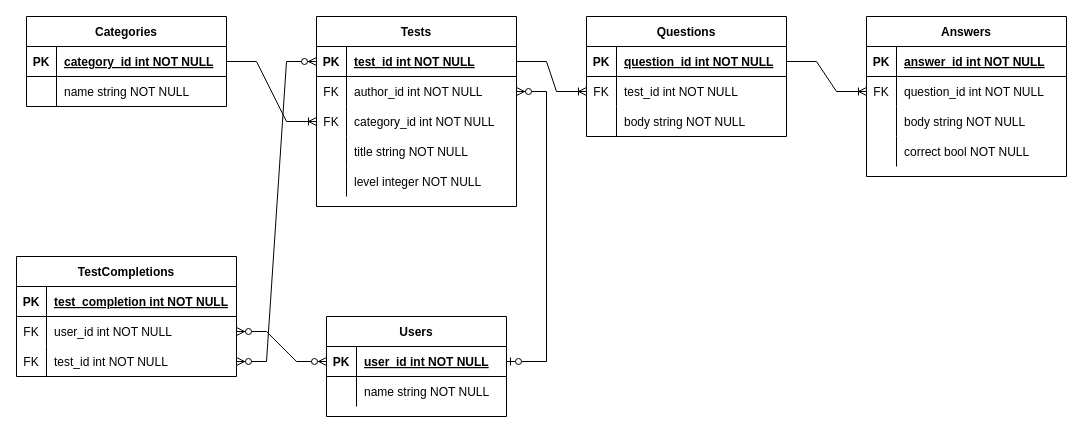
Before: App'sERD.drawio in Syanom/TestGuru, a draw.io diagram. Source tidied: cells renumbered, new cells numbered last; positions are measured from the earlier drawing's top-left corner, leaving out a move shared by most shapes. Both pictures are drawn from the tidied source at 100%, with x=0, y=0 at pixel (16, 16).
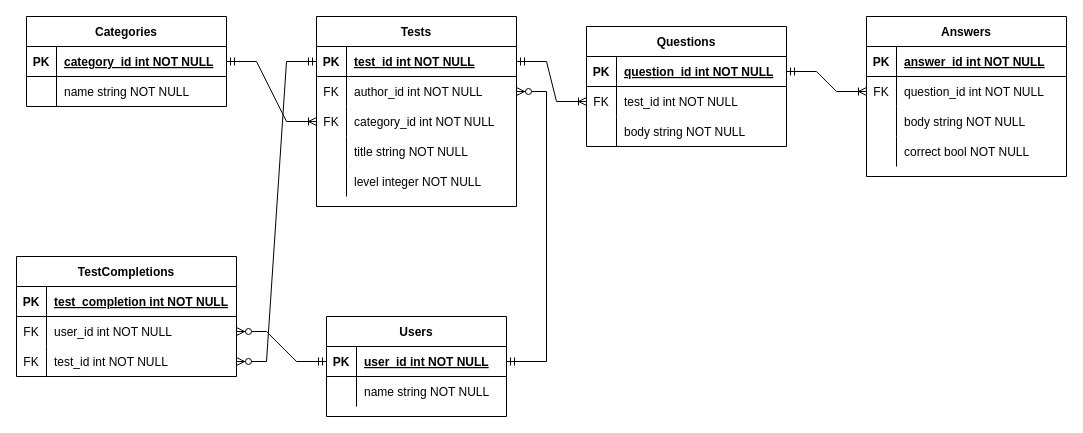
After the change.

The change refers to these unchanged cells:
```xml
<mxCell id="3" style="shape=partialRectangle;fillColor=none;top=0;left=0;bottom=1;right=0;points=[[0,0.5],[1,0.5]];portConstraint=eastwest;" parent="2" vertex="1">
  <mxGeometry y="30" width="180" height="30" as="geometry" />
</mxCell>
<mxCell id="13" style="shape=partialRectangle;fillColor=none;top=0;left=0;bottom=0;right=0;points=[[0,0.5],[1,0.5]];portConstraint=eastwest;" parent="9" vertex="1">
  <mxGeometry y="60" width="200" height="30" as="geometry" />
</mxCell>
<mxCell id="23" style="shape=partialRectangle;fillColor=none;top=0;left=0;bottom=1;right=0;points=[[0,0.5],[1,0.5]];portConstraint=eastwest;" parent="22" vertex="1">
  <mxGeometry y="30" width="200" height="30" as="geometry" />
</mxCell>
<mxCell id="30" style="shape=partialRectangle;fillColor=none;top=0;left=0;bottom=1;right=0;points=[[0,0.5],[1,0.5]];portConstraint=eastwest;" parent="29" vertex="1">
  <mxGeometry y="30" width="200" height="30" as="geometry" />
</mxCell>
<mxCell id="33" style="shape=partialRectangle;fillColor=none;top=0;left=0;bottom=0;right=0;points=[[0,0.5],[1,0.5]];portConstraint=eastwest;" parent="29" vertex="1">
  <mxGeometry y="60" width="200" height="30" as="geometry" />
</mxCell>
<mxCell id="43" style="shape=partialRectangle;fillColor=none;top=0;left=0;bottom=0;right=0;points=[[0,0.5],[1,0.5]];portConstraint=eastwest;" parent="39" vertex="1">
  <mxGeometry y="60" width="220" height="30" as="geometry" />
</mxCell>
<mxCell id="46" style="shape=partialRectangle;fillColor=none;top=0;left=0;bottom=0;right=0;points=[[0,0.5],[1,0.5]];portConstraint=eastwest;" parent="39" vertex="1">
  <mxGeometry y="90" width="220" height="30" as="geometry" />
</mxCell>
<mxCell id="50" style="shape=partialRectangle;fillColor=none;top=0;left=0;bottom=1;right=0;points=[[0,0.5],[1,0.5]];portConstraint=eastwest;" parent="49" vertex="1">
  <mxGeometry y="30" width="200" height="30" as="geometry" />
</mxCell>
<mxCell id="53" style="shape=partialRectangle;fillColor=none;top=0;left=0;bottom=0;right=0;points=[[0,0.5],[1,0.5]];portConstraint=eastwest;" parent="49" vertex="1">
  <mxGeometry y="60" width="200" height="30" as="geometry" />
</mxCell>
<mxCell id="56" style="shape=partialRectangle;fillColor=none;top=0;left=0;bottom=0;right=0;points=[[0,0.5],[1,0.5]];portConstraint=eastwest;" parent="49" vertex="1">
  <mxGeometry y="90" width="200" height="30" as="geometry" />
</mxCell>
```

The edit, as a diff of the source:
```diff
@@
     <mxCell id="29" value="Questions" style="shape=table;startSize=30;childLayout=tableLayout;rowLines=0;fontStyle=1;align=center;" parent="1" vertex="1">
-      <mxGeometry x="570" width="200" height="120" as="geometry" />
+      <mxGeometry x="570" y="10" width="200" height="120" as="geometry" />
     </mxCell>
@@
-    <mxCell id="65" style="edgeStyle=entityRelationEdgeStyle;fontSize=12;html=1;endArrow=ERoneToMany;rounded=0;exitX=1;exitY=0.5;exitDx=0;exitDy=0;entryX=0;entryY=0.5;entryDx=0;entryDy=0;" parent="1" edge="1" source="23" target="56">
+    <mxCell id="65" style="edgeStyle=entityRelationEdgeStyle;fontSize=12;html=1;endArrow=ERoneToMany;startArrow=ERmandOne;rounded=0;" parent="1" edge="1" source="23" target="56">
       <mxGeometry relative="1" as="geometry" />
     </mxCell>
-    <mxCell id="66" style="edgeStyle=entityRelationEdgeStyle;fontSize=12;html=1;endArrow=ERoneToMany;rounded=0;exitX=1;exitY=0.5;exitDx=0;exitDy=0;entryX=0;entryY=0.5;entryDx=0;entryDy=0;" parent="1" edge="1" source="50" target="33">
+    <mxCell id="66" style="edgeStyle=entityRelationEdgeStyle;fontSize=12;html=1;endArrow=ERoneToMany;startArrow=ERmandOne;rounded=0;exitX=1;exitY=0.5;exitDx=0;exitDy=0;entryX=0;entryY=0.5;entryDx=0;entryDy=0;" parent="1" edge="1" source="50" target="33">
       <mxGeometry relative="1" as="geometry" />
     </mxCell>
-    <mxCell id="67" style="edgeStyle=entityRelationEdgeStyle;fontSize=12;html=1;endArrow=ERoneToMany;rounded=0;exitX=1;exitY=0.5;exitDx=0;exitDy=0;entryX=0;entryY=0.5;entryDx=0;entryDy=0;" parent="1" edge="1" source="30" target="13">
+    <mxCell id="67" style="edgeStyle=entityRelationEdgeStyle;fontSize=12;html=1;endArrow=ERoneToMany;startArrow=ERmandOne;rounded=0;" parent="1" edge="1" source="30" target="13">
       <mxGeometry relative="1" as="geometry" />
     </mxCell>
-    <mxCell id="68" style="edgeStyle=entityRelationEdgeStyle;fontSize=12;html=1;endArrow=ERzeroToMany;endFill=1;startArrow=ERzeroToMany;rounded=0;exitX=1;exitY=0.5;exitDx=0;exitDy=0;entryX=0;entryY=0.5;entryDx=0;entryDy=0;" parent="1" edge="1" source="43" target="3">
-      <mxGeometry relative="1" as="geometry" />
-    </mxCell>
-    <mxCell id="69" style="edgeStyle=entityRelationEdgeStyle;fontSize=12;html=1;endArrow=ERzeroToMany;endFill=1;startArrow=ERzeroToMany;rounded=0;entryX=1;entryY=0.5;entryDx=0;entryDy=0;exitX=0;exitY=0.5;exitDx=0;exitDy=0;" parent="1" edge="1" source="50" target="46">
+    <mxCell id="69" style="edgeStyle=entityRelationEdgeStyle;fontSize=12;html=1;endArrow=ERzeroToMany;startArrow=ERmandOne;rounded=0;" parent="1" edge="1" source="50" target="46">
       <mxGeometry relative="1" as="geometry" />
     </mxCell>
+    <mxCell id="71" style="edgeStyle=entityRelationEdgeStyle;fontSize=12;html=1;endArrow=ERzeroToMany;startArrow=ERmandOne;rounded=0;" parent="1" edge="1" source="3" target="43">
+      <mxGeometry relative="1" as="geometry" />
+    </mxCell>
-    <mxCell id="70" style="edgeStyle=entityRelationEdgeStyle;fontSize=12;html=1;endArrow=ERzeroToMany;startArrow=ERzeroToOne;rounded=0;exitX=1;exitY=0.5;exitDx=0;exitDy=0;" parent="1" edge="1" source="3" target="53">
+    <mxCell id="70" style="edgeStyle=entityRelationEdgeStyle;fontSize=12;html=1;endArrow=ERzeroToMany;startArrow=ERmandOne;rounded=0;" parent="1" edge="1" source="3" target="53">
       <mxGeometry relative="1" as="geometry" />
     </mxCell>
```
